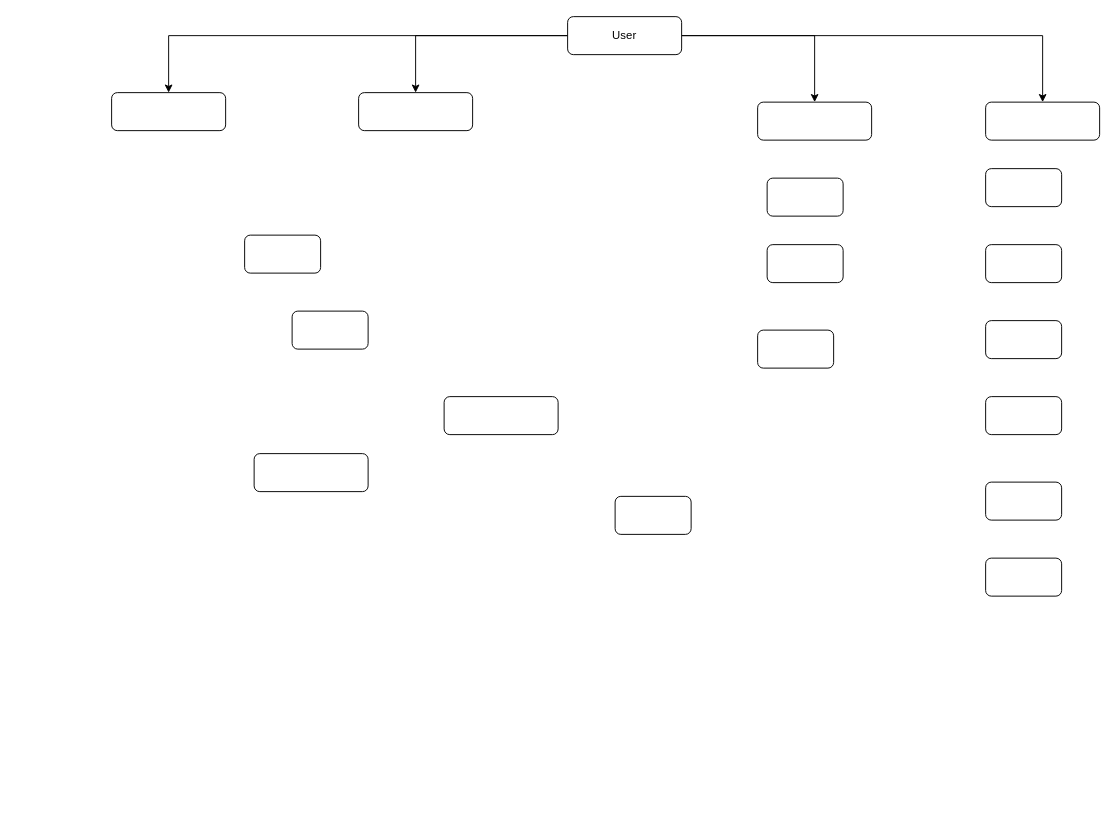
petrovich601/Arch3294 keeps this draw.io diagram as EDITOR3D/Диаграмма без названия.drawio. Above is the earlier version. Source tidied: cells renumbered, new cells numbered last; positions are measured from the earlier drawing's top-left corner, leaving out a move shared by most shapes. Both pictures are drawn from the tidied source at 95%, with x=0, y=0 at pixel (111, 16).
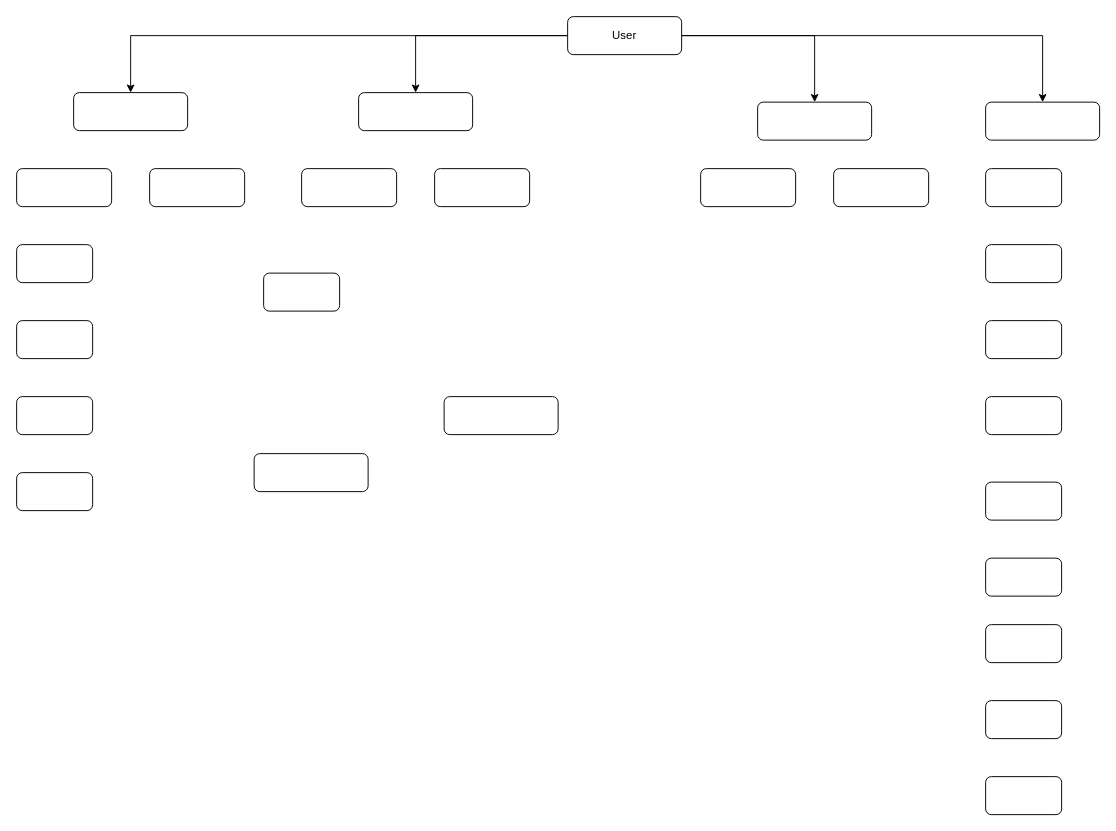
After the change.

Change to the diagram source:
```diff
@@
     <mxCell id="7" style="rounded=1;whiteSpace=wrap;html=1;fontSize=12;glass=0;strokeWidth=1;shadow=0;" parent="1" vertex="1">
-      <mxGeometry y="80" width="120" height="40" as="geometry" />
+      <mxGeometry x="-40" y="80" width="120" height="40" as="geometry" />
     </mxCell>
@@
     <mxCell id="11" style="rounded=1;whiteSpace=wrap;html=1;fontSize=12;glass=0;strokeWidth=1;shadow=0;" parent="1" vertex="1">
-      <mxGeometry x="140" y="230" width="80" height="40" as="geometry" />
+      <mxGeometry x="760" y="160" width="100" height="40" as="geometry" />
     </mxCell>
     <mxCell id="12" style="rounded=1;whiteSpace=wrap;html=1;fontSize=12;glass=0;strokeWidth=1;shadow=0;" parent="1" vertex="1">
-      <mxGeometry x="190" y="310" width="80" height="40" as="geometry" />
+      <mxGeometry x="620" y="160" width="100" height="40" as="geometry" />
     </mxCell>
@@
     <mxCell id="17" style="rounded=1;whiteSpace=wrap;html=1;fontSize=12;glass=0;strokeWidth=1;shadow=0;" parent="1" vertex="1">
-      <mxGeometry x="530" y="505" width="80" height="40" as="geometry" />
+      <mxGeometry x="-100" y="240" width="80" height="40" as="geometry" />
     </mxCell>
@@
     <mxCell id="19" style="rounded=1;whiteSpace=wrap;html=1;fontSize=12;glass=0;strokeWidth=1;shadow=0;" parent="1" vertex="1">
-      <mxGeometry x="680" y="330" width="80" height="40" as="geometry" />
+      <mxGeometry x="920" y="800" width="80" height="40" as="geometry" />
     </mxCell>
     <mxCell id="20" style="rounded=1;whiteSpace=wrap;html=1;fontSize=12;glass=0;strokeWidth=1;shadow=0;" parent="1" vertex="1">
-      <mxGeometry x="690" y="240" width="80" height="40" as="geometry" />
+      <mxGeometry x="920" y="720" width="80" height="40" as="geometry" />
     </mxCell>
     <mxCell id="21" style="rounded=1;whiteSpace=wrap;html=1;fontSize=12;glass=0;strokeWidth=1;shadow=0;" parent="1" vertex="1">
-      <mxGeometry x="690" y="170" width="80" height="40" as="geometry" />
+      <mxGeometry x="920" y="640" width="80" height="40" as="geometry" />
     </mxCell>
@@
+    <mxCell id="25" style="rounded=1;whiteSpace=wrap;html=1;fontSize=12;glass=0;strokeWidth=1;shadow=0;" parent="1" vertex="1">
+      <mxGeometry x="340" y="160" width="100" height="40" as="geometry" />
+    </mxCell>
+    <mxCell id="26" style="rounded=1;whiteSpace=wrap;html=1;fontSize=12;glass=0;strokeWidth=1;shadow=0;" parent="1" vertex="1">
+      <mxGeometry x="200" y="160" width="100" height="40" as="geometry" />
+    </mxCell>
+    <mxCell id="27" style="rounded=1;whiteSpace=wrap;html=1;fontSize=12;glass=0;strokeWidth=1;shadow=0;" parent="1" vertex="1">
+      <mxGeometry x="40" y="160" width="100" height="40" as="geometry" />
+    </mxCell>
+    <mxCell id="28" style="rounded=1;whiteSpace=wrap;html=1;fontSize=12;glass=0;strokeWidth=1;shadow=0;" parent="1" vertex="1">
+      <mxGeometry x="-100" y="160" width="100" height="40" as="geometry" />
+    </mxCell>
+    <mxCell id="29" style="rounded=1;whiteSpace=wrap;html=1;fontSize=12;glass=0;strokeWidth=1;shadow=0;" parent="1" vertex="1">
+      <mxGeometry x="-100" y="320" width="80" height="40" as="geometry" />
+    </mxCell>
+    <mxCell id="30" style="rounded=1;whiteSpace=wrap;html=1;fontSize=12;glass=0;strokeWidth=1;shadow=0;" parent="1" vertex="1">
+      <mxGeometry x="-100" y="400" width="80" height="40" as="geometry" />
+    </mxCell>
+    <mxCell id="31" style="rounded=1;whiteSpace=wrap;html=1;fontSize=12;glass=0;strokeWidth=1;shadow=0;" parent="1" vertex="1">
+      <mxGeometry x="-100" y="480" width="80" height="40" as="geometry" />
+    </mxCell>
+    <mxCell id="32" style="rounded=1;whiteSpace=wrap;html=1;fontSize=12;glass=0;strokeWidth=1;shadow=0;" parent="1" vertex="1">
+      <mxGeometry x="160" y="270" width="80" height="40" as="geometry" />
+    </mxCell>
```
